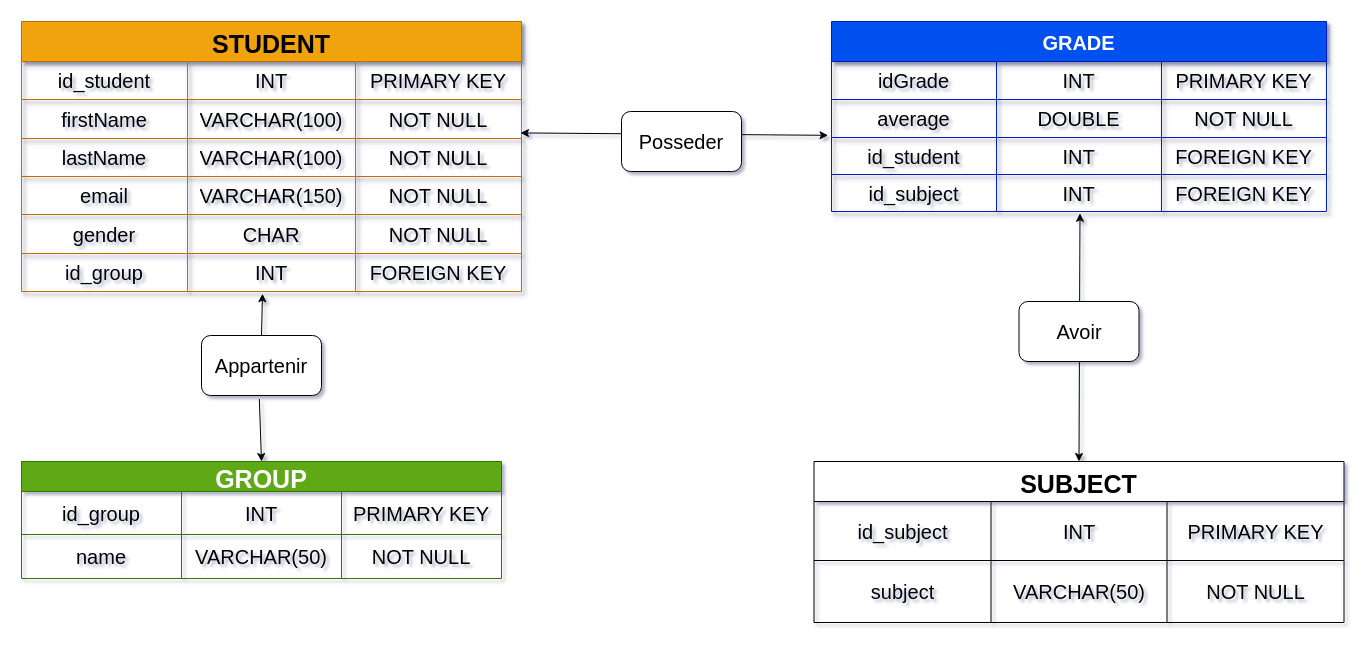
The draw.io diagram image/Base.drawio in Daris02/SpringProject, before the edit. Source tidied: cells renumbered, new cells numbered last; positions are measured from the earlier drawing's top-left corner, leaving out a move shared by most shapes. Both pictures are drawn from the tidied source at 100%, with x=0, y=0 at pixel (21, 21).
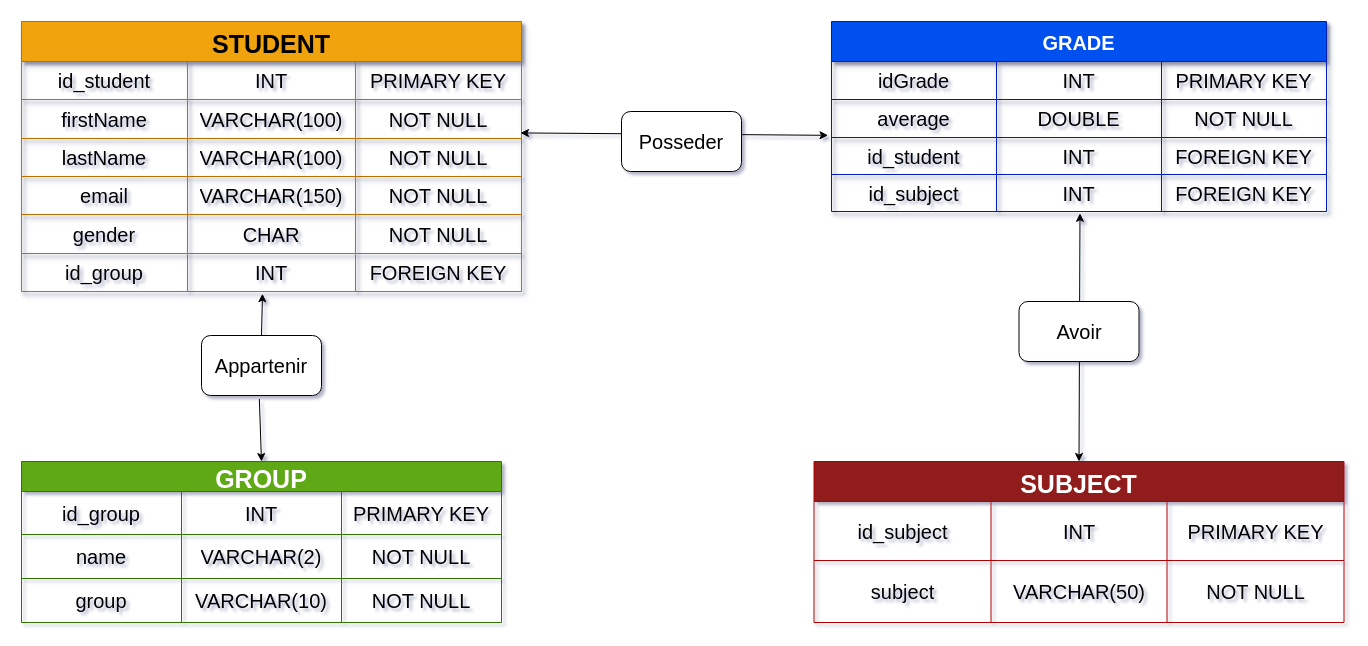
The same page after the edit.

Unchanged cells that the change refers to:
```xml
<mxCell id="49" style="shape=partialRectangle;html=1;whiteSpace=wrap;fillColor=none;top=0;left=0;bottom=0;right=0;" parent="44" vertex="1">
  <mxGeometry y="73" width="480" height="44" as="geometry" />
</mxCell>
```

Diff of the diagram source:
```diff
@@
     <mxCell id="44" value="GROUP" style="shape=table;startSize=30;childLayout=tableLayout;fontStyle=1;align=center;fontSize=25;fillColor=#60a917;fontColor=#ffffff;strokeColor=#2D7600;" parent="1" vertex="1">
-      <mxGeometry y="440" width="480" height="117" as="geometry" />
+      <mxGeometry y="440" width="480" height="161" as="geometry" />
     </mxCell>
@@
-    <mxCell id="51" value="VARCHAR(50)" style="shape=partialRectangle;html=1;whiteSpace=wrap;fillColor=none;top=0;left=0;bottom=0;right=0;overflow=hidden;fontSize=20;" parent="49" vertex="1">
+    <mxCell id="51" value="VARCHAR(2)" style="shape=partialRectangle;html=1;whiteSpace=wrap;fillColor=none;top=0;left=0;bottom=0;right=0;overflow=hidden;fontSize=20;" parent="49" vertex="1">
       <mxGeometry x="160" width="160" height="44" as="geometry" />
     </mxCell>
@@
+    <mxCell id="69" style="shape=partialRectangle;html=1;whiteSpace=wrap;fillColor=none;top=0;left=0;bottom=0;right=0;" parent="44" vertex="1">
+      <mxGeometry y="117" width="480" height="44" as="geometry" />
+    </mxCell>
+    <mxCell id="70" value="group" style="shape=partialRectangle;html=1;whiteSpace=wrap;fillColor=none;top=0;left=0;bottom=0;right=0;overflow=hidden;fontSize=20;" parent="69" vertex="1">
+      <mxGeometry width="160" height="44" as="geometry" />
+    </mxCell>
+    <mxCell id="71" value="VARCHAR(10)" style="shape=partialRectangle;html=1;whiteSpace=wrap;fillColor=none;top=0;left=0;bottom=0;right=0;overflow=hidden;fontSize=20;" parent="69" vertex="1">
+      <mxGeometry x="160" width="160" height="44" as="geometry" />
+    </mxCell>
+    <mxCell id="72" value="NOT NULL" style="shape=partialRectangle;html=1;whiteSpace=wrap;fillColor=none;top=0;left=0;bottom=0;right=0;overflow=hidden;fontSize=20;" parent="69" vertex="1">
+      <mxGeometry x="320" width="160" height="44" as="geometry" />
+    </mxCell>
-    <mxCell id="53" value="SUBJECT" style="shape=table;startSize=40;childLayout=tableLayout;fontStyle=1;align=center;fontSize=25;" parent="1" vertex="1">
+    <mxCell id="53" value="SUBJECT" style="shape=table;startSize=40;childLayout=tableLayout;fontStyle=1;align=center;fontSize=25;fillColor=#911C1C;fontColor=#ffffff;strokeColor=#B20000;" parent="1" vertex="1">
       <mxGeometry x="792.5" y="440" width="530" height="161" as="geometry" />
     </mxCell>
```
